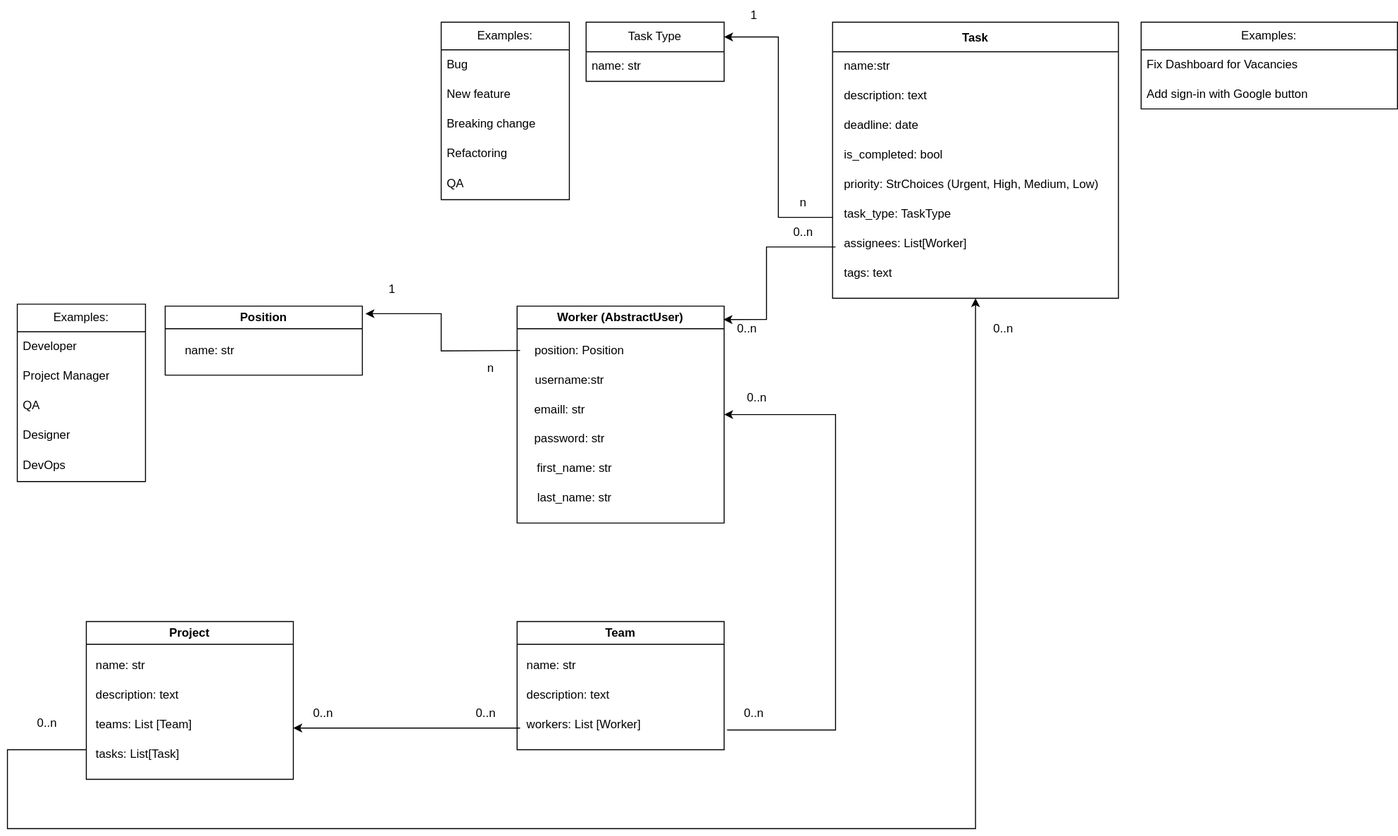
Before: task_manager_schema.svg, a diagram exported from draw.io (serg121192/task-manager). Source tidied: cells renumbered, new cells last; positions are measured from the earlier drawing's top-left corner, leaving out a move shared by most shapes.
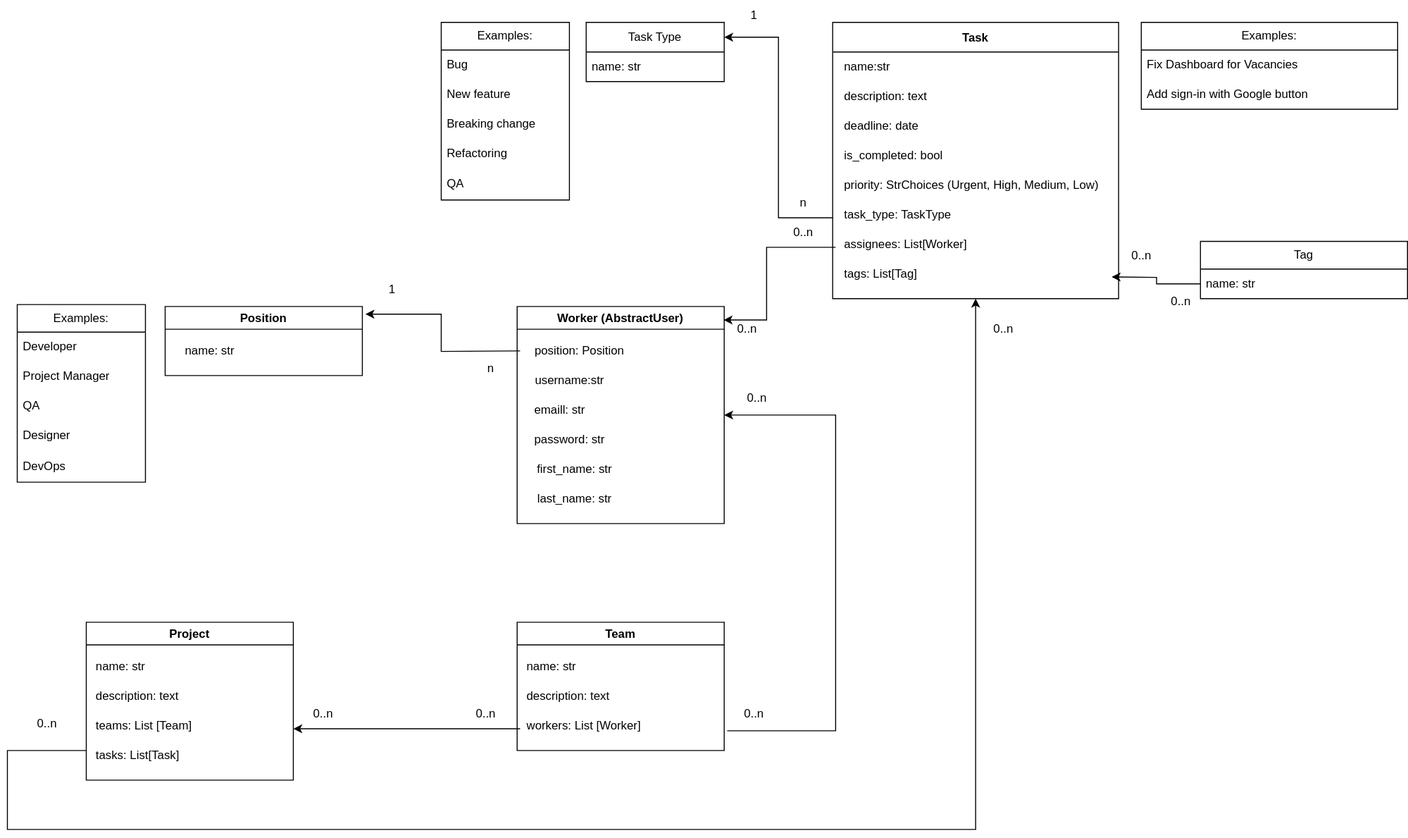
Later version of the same file.

What changed in the source:
```diff
@@ -32,8 +32,8 @@
     <mxCell id="11" value="assignees: List[Worker]" style="text;html=1;align=left;verticalAlign=middle;strokeColor=none;fillColor=none;" parent="4" vertex="1">
       <mxGeometry x="10" y="210" width="150" height="30" as="geometry" />
     </mxCell>
-    <mxCell id="12" value="tags: text" style="text;html=1;align=left;verticalAlign=middle;strokeColor=none;fillColor=none;" parent="4" vertex="1">
-      <mxGeometry x="10" y="240" width="70" height="30" as="geometry" />
+    <mxCell id="12" value="tags: List[Tag]" style="text;html=1;align=left;verticalAlign=middle;strokeColor=none;fillColor=none;" parent="4" vertex="1">
+      <mxGeometry x="10" y="240" width="100" height="30" as="geometry" />
     </mxCell>
     <mxCell id="13" style="edgeStyle=orthogonalEdgeStyle;rounded=0;jettySize=auto;html=1;entryX=1;entryY=0.25;entryDx=0;entryDy=0;" parent="1" edge="1" target="2">
       <mxGeometry relative="1" as="geometry">
@@ -220,5 +220,22 @@
     <mxCell id="63" value="0..n" style="text;html=1;align=center;verticalAlign=middle;strokeColor=none;fillColor=none;" parent="1" vertex="1">
       <mxGeometry x="740" y="388" width="40" height="30" as="geometry" />
     </mxCell>
+    <mxCell id="64" value="Tag" style="swimlane;fontStyle=0;horizontal=1;startSize=28;whiteSpace=wrap;html=1;" parent="1" vertex="1">
+      <mxGeometry x="1210" y="244" width="210" height="58" as="geometry" />
+    </mxCell>
+    <mxCell id="65" style="edgeStyle=orthogonalEdgeStyle;rounded=0;jettySize=auto;html=1;exitX=0;exitY=0.5;exitDx=0;exitDy=0;" parent="64" edge="1" source="66">
+      <mxGeometry relative="1" as="geometry">
+        <mxPoint x="-90" y="36" as="targetPoint" />
+      </mxGeometry>
+    </mxCell>
+    <mxCell id="66" value="name: str" style="text;strokeColor=none;fillColor=none;align=left;verticalAlign=middle;spacingLeft=4;spacingRight=4;overflow=hidden;points=[[0,0.5],[1,0.5]];portConstraint=eastwest;whiteSpace=wrap;html=1;" parent="64" vertex="1">
+      <mxGeometry y="28" width="210" height="30" as="geometry" />
+    </mxCell>
+    <mxCell id="67" value="0..n" style="text;html=1;align=center;verticalAlign=middle;strokeColor=none;fillColor=none;" parent="1" vertex="1">
+      <mxGeometry x="1130" y="244" width="40" height="30" as="geometry" />
+    </mxCell>
+    <mxCell id="68" value="0..n" style="text;html=1;align=center;verticalAlign=middle;strokeColor=none;fillColor=none;" parent="1" vertex="1">
+      <mxGeometry x="1170" y="290" width="40" height="30" as="geometry" />
+    </mxCell>
   </root>
 </mxGraphModel>
```
